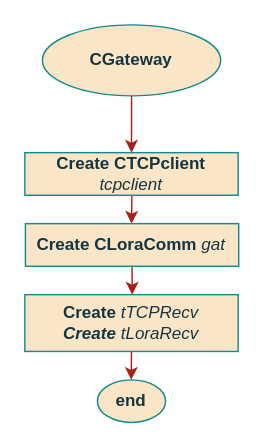
This is page "constructor" (2 of 5) of documentation/flowcharts/Gateway/CGateway.drawio from ESRGgroup9/slipad, a draw.io file, before an edit. Source tidied: cells renumbered, new cells numbered last; positions are measured from the earlier drawing's top-left corner, leaving out a move shared by most shapes. Both pictures are drawn from the tidied source at 142%, with x=0, y=0 at pixel (24, 24).
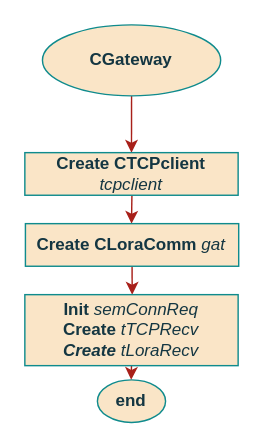
After the change.

The edit, as a diff of the source:
```diff
@@
 <mxGraphModel>
   <root>
     <mxCell id="0" />
     <mxCell id="1" parent="0" />
     <mxCell id="2" style="rounded=1;sketch=0;jettySize=auto;html=1;exitX=0.5;exitY=1;exitDx=0;exitDy=0;entryX=0.5;entryY=0;entryDx=0;entryDy=0;fontColor=#143642;strokeColor=#A8201A;fillColor=#FAE5C7;" parent="1" edge="1" source="3" target="8">
       <mxGeometry relative="1" as="geometry" />
     </mxCell>
     <mxCell id="3" value="CGateway" style="ellipse;whiteSpace=wrap;html=1;fillColor=#FAE5C7;strokeColor=#0F8B8D;fontColor=#143642;fontStyle=1;" parent="1" vertex="1">
       <mxGeometry x="12.4" width="125.5" height="50" as="geometry" />
     </mxCell>
     <mxCell id="4" style="edgeStyle=orthogonalEdgeStyle;rounded=1;orthogonalLoop=1;jettySize=auto;html=1;exitX=0.5;exitY=1;exitDx=0;exitDy=0;entryX=0.5;entryY=0;entryDx=0;entryDy=0;fontSize=11;strokeColor=#A8201A;" parent="1" edge="1">
       <mxGeometry relative="1" as="geometry">
         <mxPoint x="75.4" y="120" as="sourcePoint" />
         <mxPoint x="75.1" y="140" as="targetPoint" />
       </mxGeometry>
     </mxCell>
     <mxCell id="5" value="end" style="ellipse;whiteSpace=wrap;html=1;fillColor=#FAE5C7;strokeColor=#0F8B8D;fontColor=#143642;fontStyle=1;" parent="1" vertex="1">
       <mxGeometry x="51.1" y="250" width="48" height="30" as="geometry" />
     </mxCell>
     <mxCell id="6" style="edgeStyle=orthogonalEdgeStyle;rounded=1;jettySize=auto;html=1;exitX=0.5;exitY=1;exitDx=0;exitDy=0;entryX=0.5;entryY=0;entryDx=0;entryDy=0;fontSize=10;strokeColor=#A8201A;" parent="1" edge="1" source="7">
       <mxGeometry relative="1" as="geometry">
         <mxPoint x="75.6" y="190" as="targetPoint" />
       </mxGeometry>
     </mxCell>
     <mxCell id="7" value="&lt;b&gt;Create&lt;/b&gt; &lt;b&gt;CLoraComm &lt;/b&gt;&lt;i&gt;gat&lt;/i&gt;" style="rounded=0;whiteSpace=wrap;html=1;sketch=0;fontColor=#143642;strokeColor=#0F8B8D;fillColor=#FAE5C7;" parent="1" vertex="1">
       <mxGeometry x="0.4" y="140" width="150.2" height="30" as="geometry" />
     </mxCell>
     <mxCell id="8" value="&lt;b&gt;Create&lt;/b&gt; &lt;b&gt;CTCPclient &lt;/b&gt;&lt;i&gt;tcpclient&lt;/i&gt;" style="rounded=0;whiteSpace=wrap;html=1;sketch=0;fontColor=#143642;strokeColor=#0F8B8D;fillColor=#FAE5C7;" parent="1" vertex="1">
       <mxGeometry y="90" width="150.2" height="30" as="geometry" />
     </mxCell>
     <mxCell id="9" style="edgeStyle=orthogonalEdgeStyle;rounded=1;jettySize=auto;html=1;exitX=0.5;exitY=1;exitDx=0;exitDy=0;entryX=0.5;entryY=0;entryDx=0;entryDy=0;fontSize=10;strokeColor=#A8201A;" parent="1" edge="1" source="10">
       <mxGeometry relative="1" as="geometry">
         <mxPoint x="74.9" y="250" as="targetPoint" />
       </mxGeometry>
     </mxCell>
-    <mxCell id="10" value="&lt;div&gt;&lt;b&gt;Create&lt;/b&gt; &lt;i&gt;tTCPRecv&lt;/i&gt;&lt;/div&gt;&lt;div&gt;&lt;i&gt;&lt;b&gt;Create &lt;/b&gt;tLoraRecv&lt;br&gt;&lt;/i&gt;&lt;/div&gt;" style="rounded=0;whiteSpace=wrap;html=1;sketch=0;fontColor=#143642;strokeColor=#0F8B8D;fillColor=#FAE5C7;" parent="1" vertex="1">
-      <mxGeometry y="190" width="150.2" height="40" as="geometry" />
+    <mxCell id="10" value="&lt;div&gt;&lt;b&gt;Init &lt;/b&gt;&lt;i&gt;semConnReq&lt;/i&gt;&lt;/div&gt;&lt;div&gt;&lt;b&gt;Create&lt;/b&gt; &lt;i&gt;tTCPRecv&lt;/i&gt;&lt;/div&gt;&lt;div&gt;&lt;i&gt;&lt;b&gt;Create &lt;/b&gt;tLoraRecv&lt;br&gt;&lt;/i&gt;&lt;/div&gt;" style="rounded=0;whiteSpace=wrap;html=1;sketch=0;fontColor=#143642;strokeColor=#0F8B8D;fillColor=#FAE5C7;" parent="1" vertex="1">
+      <mxGeometry y="190" width="150.2" height="50" as="geometry" />
     </mxCell>
   </root>
 </mxGraphModel>
```
